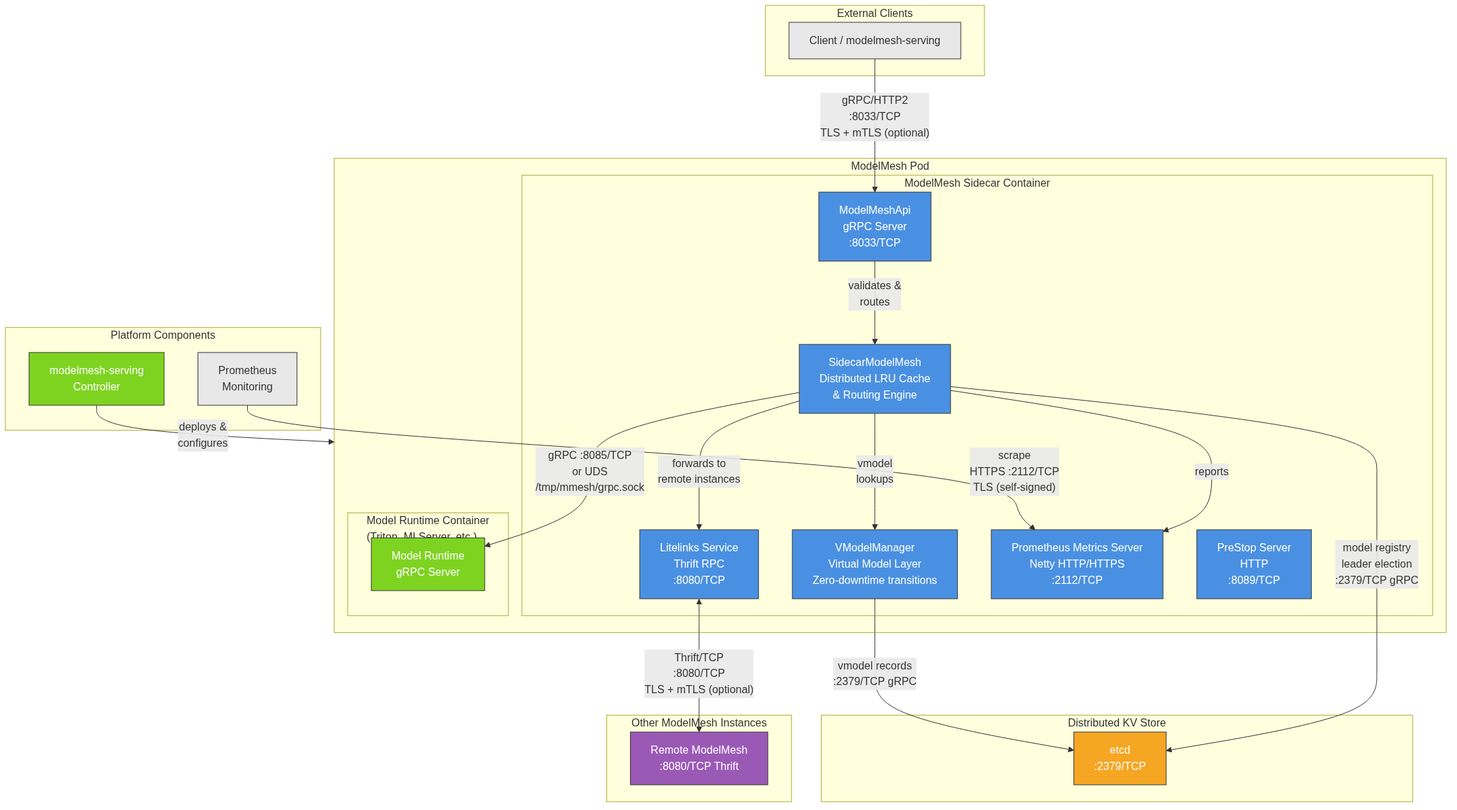
Before: architecture/rhoai.next/diagrams/modelmesh-component.png, a diagram exported from Mermaid (rhuss/architecture-context). Its source is kept beside it as architecture/rhoai.next/diagrams/modelmesh-component.mmd.
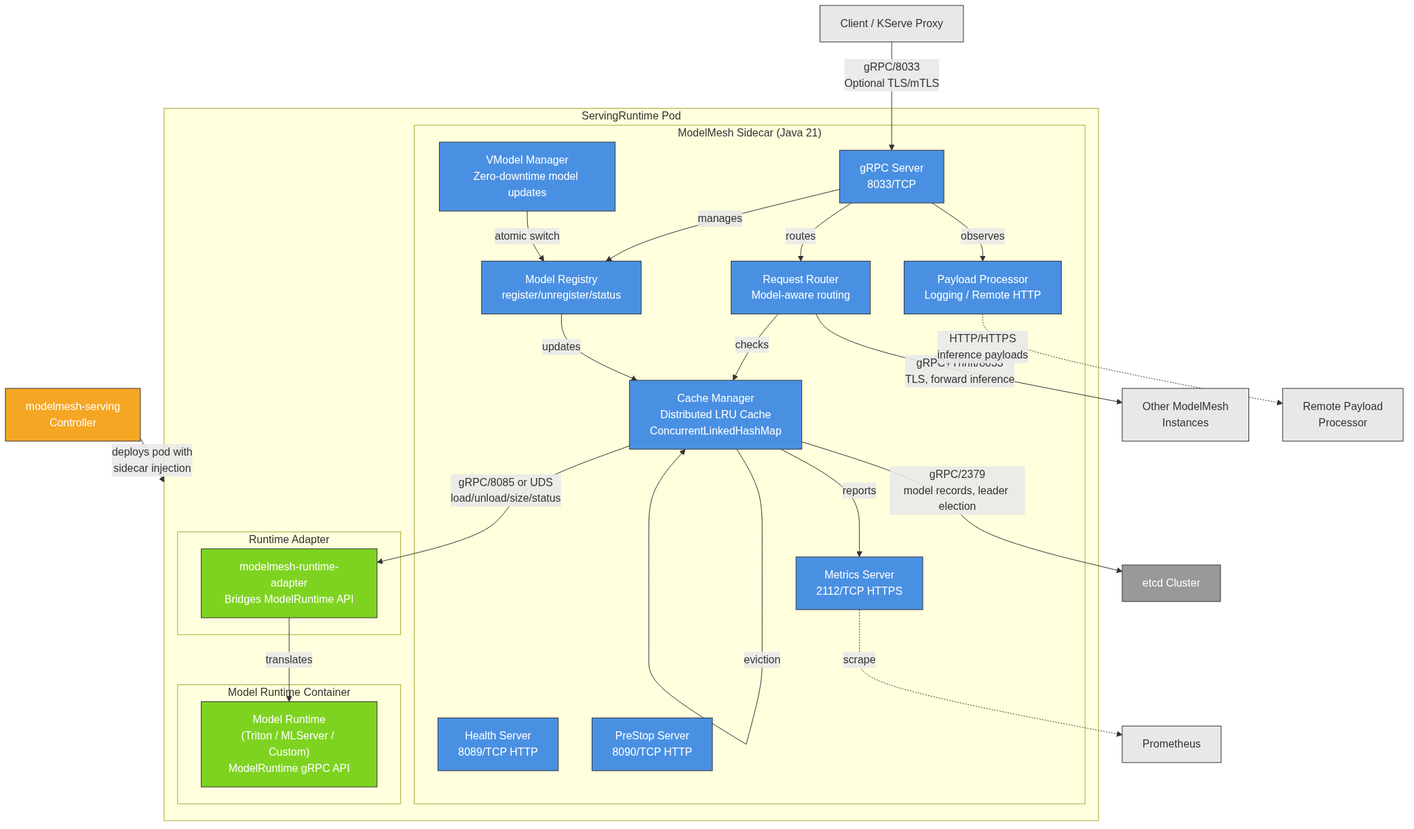
After the change.

Diff of the diagram source:
```diff
@@ -1,65 +1,65 @@
 graph TB
-    subgraph External["External Clients"]
-        Client[Client / modelmesh-serving]
+    subgraph Pod["ServingRuntime Pod"]
+        direction TB
+
+        subgraph ModelMeshSidecar["ModelMesh Sidecar (Java 21)"]
+            CacheManager["Cache Manager<br/>Distributed LRU Cache<br/>ConcurrentLinkedHashMap"]
+            RequestRouter["Request Router<br/>Model-aware routing"]
+            ModelRegistry["Model Registry<br/>register/unregister/status"]
+            VModelMgr["VModel Manager<br/>Zero-downtime model updates"]
+            GrpcServer["gRPC Server<br/>8033/TCP"]
+            MetricsServer["Metrics Server<br/>2112/TCP HTTPS"]
+            HealthServer["Health Server<br/>8089/TCP HTTP"]
+            PreStopServer["PreStop Server<br/>8090/TCP HTTP"]
+            PayloadProcessor["Payload Processor<br/>Logging / Remote HTTP"]
+
+            GrpcServer -->|manages| ModelRegistry
+            GrpcServer -->|routes| RequestRouter
+            RequestRouter -->|checks| CacheManager
+            ModelRegistry -->|updates| CacheManager
+            CacheManager -->|eviction| CacheManager
+            VModelMgr -->|atomic switch| ModelRegistry
+            GrpcServer -->|observes| PayloadProcessor
+            CacheManager -->|reports| MetricsServer
+        end
+
+        subgraph RuntimeContainer["Model Runtime Container"]
+            ModelRuntime["Model Runtime<br/>(Triton / MLServer / Custom)<br/>ModelRuntime gRPC API"]
+        end
+
+        subgraph AdapterContainer["Runtime Adapter"]
+            Adapter["modelmesh-runtime-adapter<br/>Bridges ModelRuntime API"]
+        end
     end
 
-    subgraph ModelMeshPod["ModelMesh Pod"]
-        direction TB
+    Controller["modelmesh-serving<br/>Controller"] -->|deploys pod with<br/>sidecar injection| Pod
 
-        subgraph ModelMeshSidecar["ModelMesh Sidecar Container"]
-            direction TB
-            ModelMeshApi["ModelMeshApi<br/>gRPC Server<br/>:8033/TCP"]
-            SidecarModelMesh["SidecarModelMesh<br/>Distributed LRU Cache<br/>& Routing Engine"]
-            VModelManager["VModelManager<br/>Virtual Model Layer<br/>Zero-downtime transitions"]
-            Litelinks["Litelinks Service<br/>Thrift RPC<br/>:8080/TCP"]
-            PrometheusServer["Prometheus Metrics Server<br/>Netty HTTP/HTTPS<br/>:2112/TCP"]
-            PreStopServer["PreStop Server<br/>HTTP<br/>:8089/TCP"]
+    Client["Client / KServe Proxy"] -->|gRPC/8033<br/>Optional TLS/mTLS| GrpcServer
 
-            ModelMeshApi -->|"validates &<br/>routes"| SidecarModelMesh
-            SidecarModelMesh -->|"vmodel<br/>lookups"| VModelManager
-            SidecarModelMesh -->|"forwards to<br/>remote instances"| Litelinks
-            SidecarModelMesh -->|"reports"| PrometheusServer
-        end
+    CacheManager -->|gRPC/8085 or UDS<br/>load/unload/size/status| Adapter
+    Adapter -->|translates| ModelRuntime
 
-        subgraph RuntimeContainer["Model Runtime Container<br/>(Triton, MLServer, etc.)"]
-            ModelRuntime["Model Runtime<br/>gRPC Server"]
-        end
+    CacheManager -->|gRPC/2379<br/>model records, leader election| etcd["etcd Cluster"]
 
-        SidecarModelMesh -->|"gRPC :8085/TCP<br/>or UDS<br/>/tmp/mmesh/grpc.sock"| ModelRuntime
-    end
+    RequestRouter -->|gRPC+Thrift/8033<br/>TLS, forward inference| OtherInstances["Other ModelMesh<br/>Instances"]
 
-    subgraph KVStore["Distributed KV Store"]
-        etcd["etcd<br/>:2379/TCP"]
-    end
+    PayloadProcessor -.->|HTTP/HTTPS<br/>inference payloads| RemoteProcessor["Remote Payload<br/>Processor"]
+    MetricsServer -.->|scrape| Prometheus["Prometheus"]
 
-    subgraph OtherInstances["Other ModelMesh Instances"]
-        RemoteMM["Remote ModelMesh<br/>:8080/TCP Thrift"]
-    end
-
-    subgraph Platform["Platform Components"]
-        MMServing["modelmesh-serving<br/>Controller"]
-        Prometheus["Prometheus<br/>Monitoring"]
-    end
-
-    Client -->|"gRPC/HTTP2<br/>:8033/TCP<br/>TLS + mTLS (optional)"| ModelMeshApi
-    MMServing -->|"deploys &<br/>configures"| ModelMeshPod
-
-    SidecarModelMesh -->|"model registry<br/>leader election<br/>:2379/TCP gRPC"| etcd
-    VModelManager -->|"vmodel records<br/>:2379/TCP gRPC"| etcd
-
-    Litelinks <-->|"Thrift/TCP<br/>:8080/TCP<br/>TLS + mTLS (optional)"| RemoteMM
-
-    Prometheus -->|"scrape<br/>HTTPS :2112/TCP<br/>TLS (self-signed)"| PrometheusServer
-
-    style ModelMeshApi fill:#4a90e2,stroke:#333,color:#fff
-    style SidecarModelMesh fill:#4a90e2,stroke:#333,color:#fff
-    style VModelManager fill:#4a90e2,stroke:#333,color:#fff
-    style Litelinks fill:#4a90e2,stroke:#333,color:#fff
-    style PrometheusServer fill:#4a90e2,stroke:#333,color:#fff
+    style CacheManager fill:#4a90e2,stroke:#333,color:#fff
+    style RequestRouter fill:#4a90e2,stroke:#333,color:#fff
+    style ModelRegistry fill:#4a90e2,stroke:#333,color:#fff
+    style VModelMgr fill:#4a90e2,stroke:#333,color:#fff
+    style GrpcServer fill:#4a90e2,stroke:#333,color:#fff
+    style MetricsServer fill:#4a90e2,stroke:#333,color:#fff
+    style HealthServer fill:#4a90e2,stroke:#333,color:#fff
     style PreStopServer fill:#4a90e2,stroke:#333,color:#fff
+    style PayloadProcessor fill:#4a90e2,stroke:#333,color:#fff
     style ModelRuntime fill:#7ed321,stroke:#333,color:#fff
-    style etcd fill:#f5a623,stroke:#333,color:#fff
-    style RemoteMM fill:#9b59b6,stroke:#333,color:#fff
-    style MMServing fill:#7ed321,stroke:#333,color:#fff
+    style Adapter fill:#7ed321,stroke:#333,color:#fff
+    style Controller fill:#f5a623,stroke:#333,color:#fff
+    style etcd fill:#999,stroke:#333,color:#fff
+    style OtherInstances fill:#e8e8e8,stroke:#333
+    style Client fill:#e8e8e8,stroke:#333
+    style RemoteProcessor fill:#e8e8e8,stroke:#333
     style Prometheus fill:#e8e8e8,stroke:#333
-    style Client fill:#e8e8e8,stroke:#333
```
